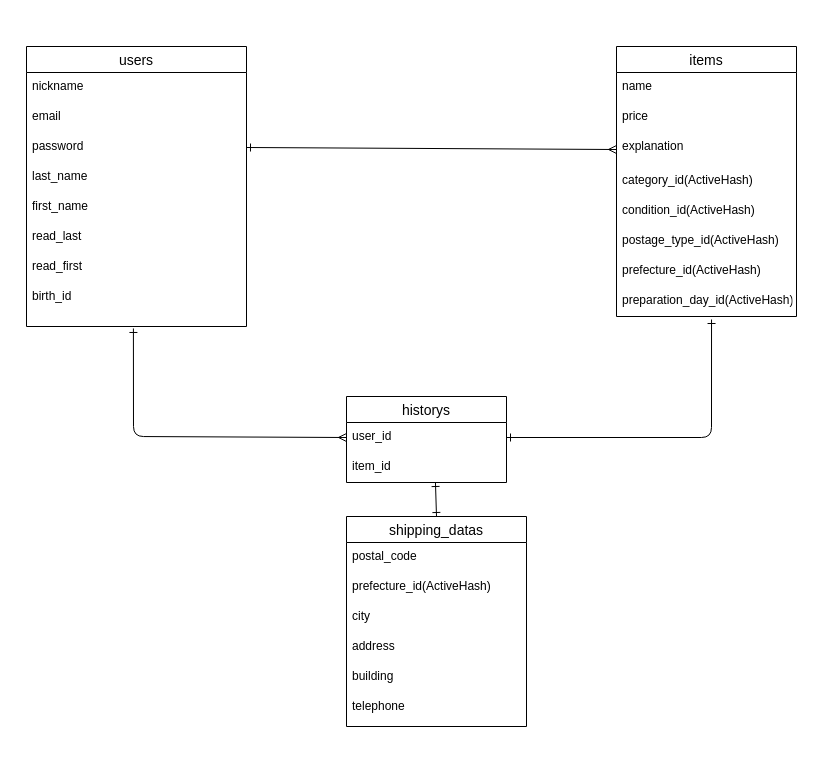
Rie0531/furima-38589 keeps this draw.io diagram as ER図.dio. Above is the earlier version. Source tidied: cells renumbered, new cells numbered last; positions are measured from the earlier drawing's top-left corner, leaving out a move shared by most shapes. Both pictures are drawn from the tidied source at 100%, with x=0, y=0 at pixel (26, 46).
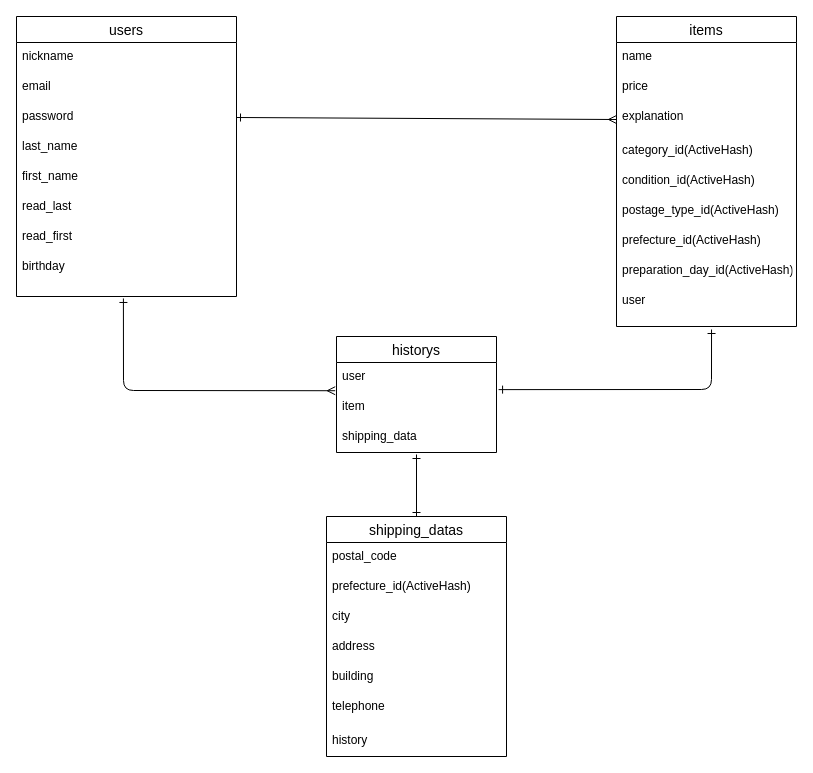
The same diagram, later.

Commit message (it also covers changes not shown here):
データベース設計の修正２

The change refers to these unchanged cells:
```xml
<mxCell id="19" value="preparation_day_id(ActiveHash)" style="text;strokeColor=none;fillColor=none;spacingLeft=4;spacingRight=4;overflow=hidden;points=[[0,0.5],[1,0.5]];portConstraint=eastwest;fontSize=12;" parent="11" vertex="1">
  <mxGeometry y="240" width="180" height="30" as="geometry" />
</mxCell>
```

Diff of the diagram source:
```diff
@@
     <mxCell id="2" value="users" style="swimlane;fontStyle=0;horizontal=1;startSize=26;align=center;fontSize=14;" parent="1" vertex="1">
-      <mxGeometry width="220" height="280" as="geometry" />
+      <mxGeometry x="-10" y="-30" width="220" height="280" as="geometry" />
     </mxCell>
@@
-    <mxCell id="10" value="birth_id" style="text;strokeColor=none;fillColor=none;spacingLeft=4;spacingRight=4;overflow=hidden;points=[[0,0.5],[1,0.5]];portConstraint=eastwest;fontSize=12;" parent="2" vertex="1">
+    <mxCell id="10" value="birthday" style="text;strokeColor=none;fillColor=none;spacingLeft=4;spacingRight=4;overflow=hidden;points=[[0,0.5],[1,0.5]];portConstraint=eastwest;fontSize=12;" parent="2" vertex="1">
       <mxGeometry y="236" width="220" height="44" as="geometry" />
     </mxCell>
     <mxCell id="11" value="items" style="swimlane;fontStyle=0;horizontal=1;startSize=26;align=center;fontSize=14;" parent="1" vertex="1">
-      <mxGeometry x="590" width="180" height="270" as="geometry" />
+      <mxGeometry x="590" y="-30" width="180" height="310" as="geometry" />
     </mxCell>
@@
-    <mxCell id="20" style="edgeStyle=none;html=1;exitX=0.5;exitY=0;exitDx=0;exitDy=0;entryX=0.556;entryY=1;entryDx=0;entryDy=0;entryPerimeter=0;startArrow=ERone;startFill=0;endArrow=ERone;endFill=0;" parent="1" edge="1" source="21" target="30">
-      <mxGeometry relative="1" as="geometry" />
-    </mxCell>
+    <mxCell id="34" value="user" style="text;strokeColor=none;fillColor=none;spacingLeft=4;spacingRight=4;overflow=hidden;points=[[0,0.5],[1,0.5]];portConstraint=eastwest;fontSize=12;" parent="11" vertex="1">
+      <mxGeometry y="270" width="180" height="40" as="geometry" />
+    </mxCell>
+    <mxCell id="35" style="edgeStyle=none;html=1;exitX=0.5;exitY=0;exitDx=0;exitDy=0;entryX=0.5;entryY=1.067;entryDx=0;entryDy=0;entryPerimeter=0;startArrow=ERone;startFill=0;endArrow=ERone;endFill=0;" parent="1" edge="1" source="21" target="37">
+      <mxGeometry relative="1" as="geometry" />
+    </mxCell>
     <mxCell id="21" value="shipping_datas" style="swimlane;fontStyle=0;horizontal=1;startSize=26;align=center;fontSize=14;" parent="1" vertex="1">
-      <mxGeometry x="320" y="470" width="180" height="210" as="geometry" />
+      <mxGeometry x="300" y="470" width="180" height="240" as="geometry" />
     </mxCell>
@@
+    <mxCell id="36" value="history" style="text;strokeColor=none;fillColor=none;spacingLeft=4;spacingRight=4;overflow=hidden;fontSize=12;" parent="21" vertex="1">
+      <mxGeometry y="210" width="180" height="30" as="geometry" />
+    </mxCell>
     <mxCell id="28" value="historys" style="swimlane;fontStyle=0;horizontal=1;startSize=26;align=center;fontSize=14;" parent="1" vertex="1">
-      <mxGeometry x="320" y="350" width="160" height="86" as="geometry" />
+      <mxGeometry x="310" y="290" width="160" height="116" as="geometry" />
     </mxCell>
-    <mxCell id="29" value="user_id" style="text;strokeColor=none;fillColor=none;spacingLeft=4;spacingRight=4;overflow=hidden;points=[[0,0.5],[1,0.5]];portConstraint=eastwest;fontSize=12;" parent="28" vertex="1">
+    <mxCell id="29" value="user" style="text;strokeColor=none;fillColor=none;spacingLeft=4;spacingRight=4;overflow=hidden;points=[[0,0.5],[1,0.5]];portConstraint=eastwest;fontSize=12;" parent="28" vertex="1">
       <mxGeometry y="26" width="160" height="30" as="geometry" />
     </mxCell>
-    <mxCell id="30" value="item_id" style="text;strokeColor=none;fillColor=none;spacingLeft=4;spacingRight=4;overflow=hidden;points=[[0,0.5],[1,0.5]];portConstraint=eastwest;fontSize=12;" parent="28" vertex="1">
+    <mxCell id="30" value="item" style="text;strokeColor=none;fillColor=none;spacingLeft=4;spacingRight=4;overflow=hidden;points=[[0,0.5],[1,0.5]];portConstraint=eastwest;fontSize=12;" parent="28" vertex="1">
       <mxGeometry y="56" width="160" height="30" as="geometry" />
     </mxCell>
+    <mxCell id="37" value="shipping_data" style="text;strokeColor=none;fillColor=none;spacingLeft=4;spacingRight=4;overflow=hidden;points=[[0,0.5],[1,0.5]];portConstraint=eastwest;fontSize=12;" parent="28" vertex="1">
+      <mxGeometry y="86" width="160" height="30" as="geometry" />
+    </mxCell>
@@
-    <mxCell id="32" style="edgeStyle=none;html=1;exitX=1;exitY=0.5;exitDx=0;exitDy=0;entryX=0.528;entryY=1.1;entryDx=0;entryDy=0;entryPerimeter=0;startArrow=ERone;startFill=0;endArrow=ERone;endFill=0;" parent="1" edge="1" source="29" target="19">
+    <mxCell id="32" style="edgeStyle=none;html=1;exitX=1.013;exitY=-0.096;exitDx=0;exitDy=0;startArrow=ERone;startFill=0;endArrow=ERone;endFill=0;entryX=0.528;entryY=1.075;entryDx=0;entryDy=0;entryPerimeter=0;exitPerimeter=0;" parent="1" edge="1" source="30" target="34">
       <mxGeometry relative="1" as="geometry">
         <Array as="points">
-          <mxPoint x="685" y="391" />
+          <mxPoint x="685" y="343" />
         </Array>
       </mxGeometry>
     </mxCell>
-    <mxCell id="33" style="edgeStyle=none;html=1;exitX=0;exitY=0.5;exitDx=0;exitDy=0;entryX=0.486;entryY=1.045;entryDx=0;entryDy=0;entryPerimeter=0;startArrow=ERmany;startFill=0;endArrow=ERone;endFill=0;" parent="1" edge="1" source="29" target="10">
+    <mxCell id="33" style="edgeStyle=none;html=1;exitX=-0.008;exitY=0.941;exitDx=0;exitDy=0;entryX=0.486;entryY=1.045;entryDx=0;entryDy=0;entryPerimeter=0;startArrow=ERmany;startFill=0;endArrow=ERone;endFill=0;exitPerimeter=0;" parent="1" edge="1" source="29" target="10">
       <mxGeometry relative="1" as="geometry">
         <Array as="points">
-          <mxPoint x="107" y="390" />
+          <mxPoint x="97" y="344" />
         </Array>
       </mxGeometry>
     </mxCell>
```
